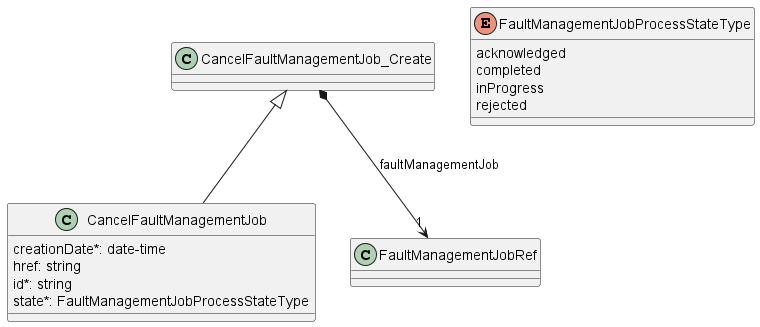
MEF-GIT/MEF-LSO-Legato-SDK keeps this PlantUML diagram as documentation/serviceApi/fm/media/cancelFaultManagementJobModel.png. Above is the earlier version.
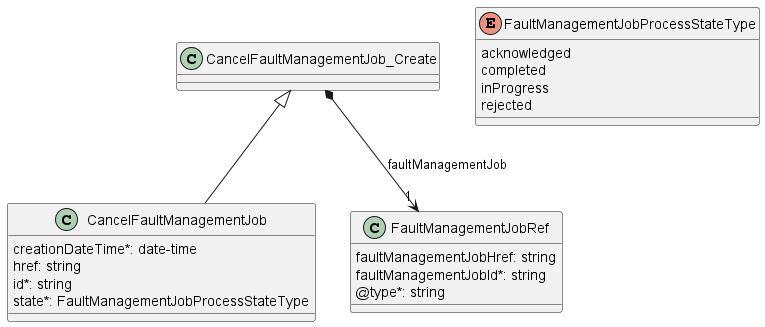
Above is the later version.

What changed in the source:
```diff
@@ -1,15 +1,12 @@
 @startuml cancelFaultManagementJobModel
 
 class CancelFaultManagementJob {
-
-    creationDate*: date-time
+    creationDateTime*: date-time
     href: string
     id*: string
     state*: FaultManagementJobProcessStateType
 }
 CancelFaultManagementJob_Create <|-- CancelFaultManagementJob
-
-
 
 class CancelFaultManagementJob_Create {
 
@@ -17,6 +14,11 @@
 
 CancelFaultManagementJob_Create *-->"1" FaultManagementJobRef : faultManagementJob
 
+class FaultManagementJobRef {
+    faultManagementJobHref: string
+    faultManagementJobId*: string
+    @type*: string
+}
 
 enum FaultManagementJobProcessStateType {
     acknowledged
```
